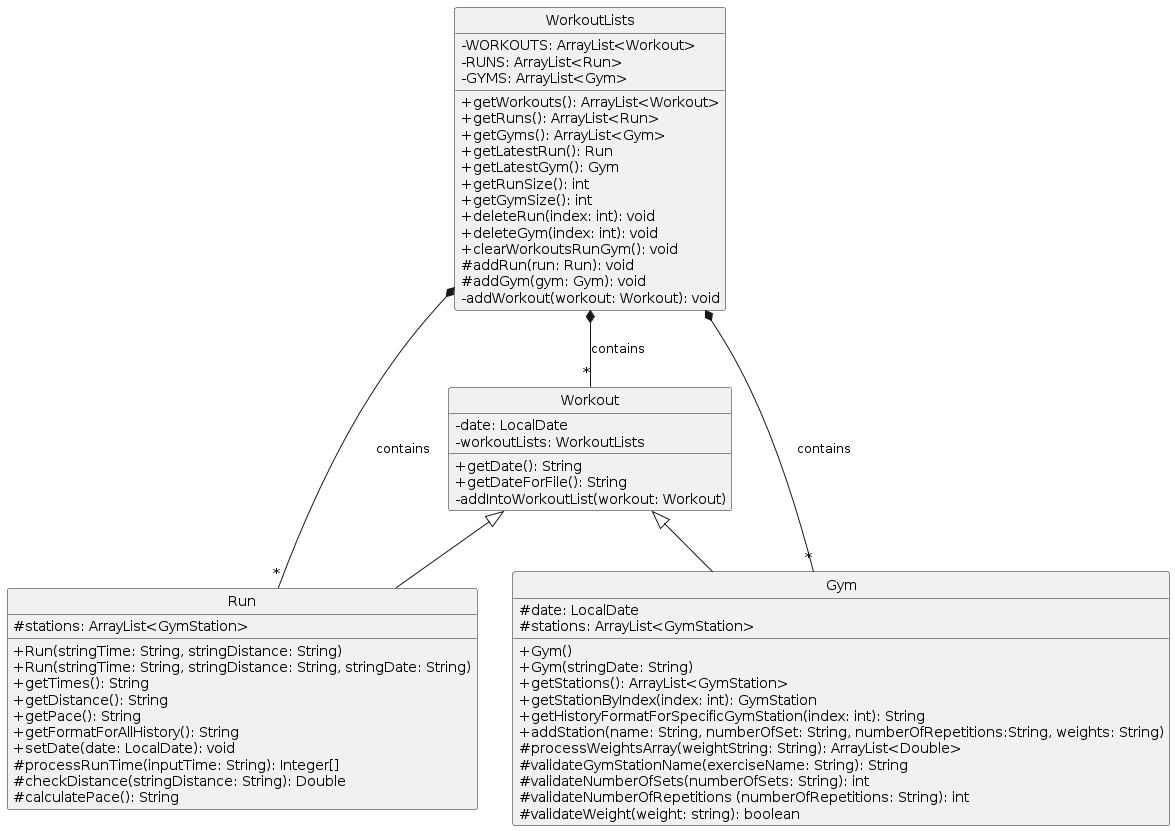
Before: docs/img/class_diagrams/workoutlist_class_diagram.png, a diagram exported from PlantUML (rouvinerh/tp).
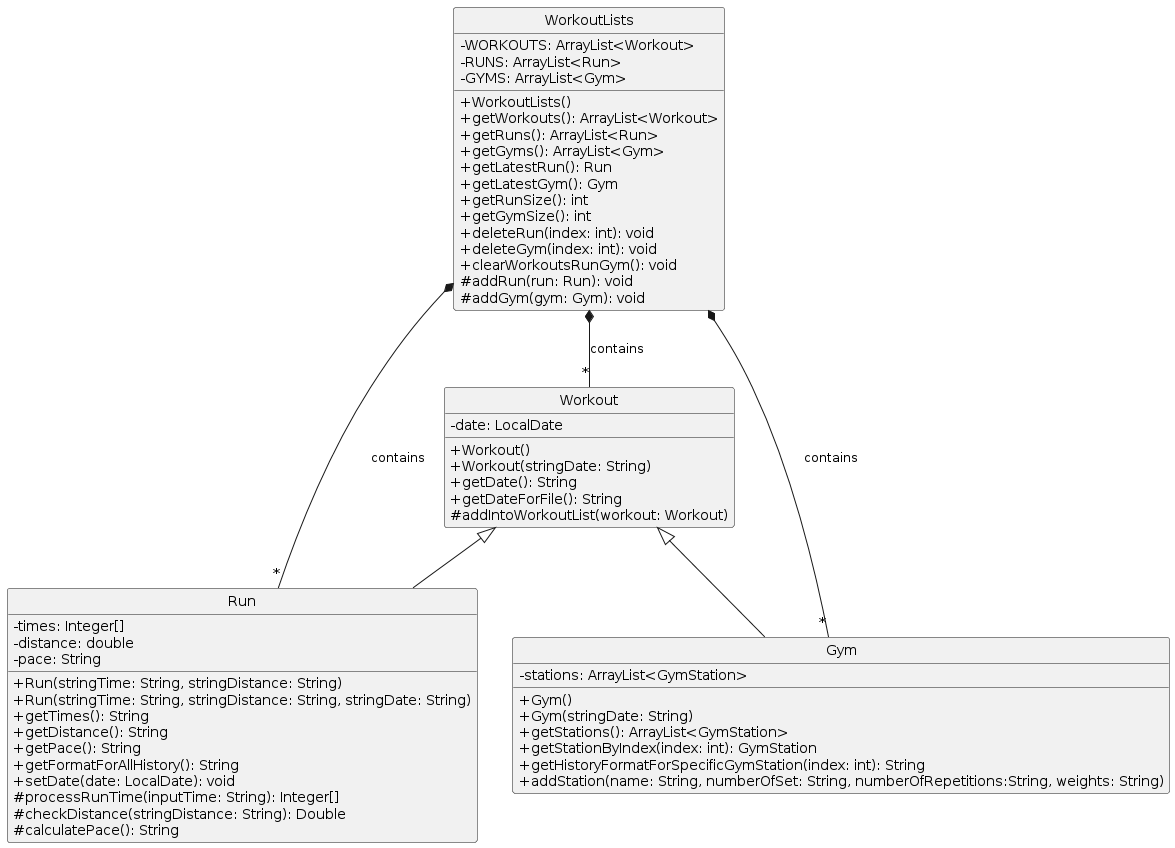
Above is the later version.

The edit, as a diff of the source:
```diff
@@ -9,6 +9,7 @@
     - RUNS: ArrayList<Run>
     - GYMS: ArrayList<Gym>
 
+    + WorkoutLists()
     + getWorkouts(): ArrayList<Workout>
     + getRuns(): ArrayList<Run>
     + getGyms(): ArrayList<Gym>
@@ -21,20 +22,22 @@
     + clearWorkoutsRunGym(): void
     # addRun(run: Run): void
     # addGym(gym: Gym): void
-    - addWorkout(workout: Workout): void
 }
 
 class Workout  {
     - date: LocalDate
-    - workoutLists: WorkoutLists
 
+    + Workout()
+    + Workout(stringDate: String)
     + getDate(): String
     + getDateForFile(): String
-    - addIntoWorkoutList(workout: Workout)
+    # addIntoWorkoutList(workout: Workout)
 }
 
 class Run extends Workout {
-    # stations: ArrayList<GymStation>
+    - times: Integer[]
+    - distance: double
+    - pace: String
 
     + Run(stringTime: String, stringDistance: String)
     + Run(stringTime: String, stringDistance: String, stringDate: String)
@@ -49,8 +52,7 @@
 }
 
 class Gym extends Workout {
-    # date: LocalDate
-    # stations: ArrayList<GymStation>
+    - stations: ArrayList<GymStation>
 
     + Gym()
     + Gym(stringDate: String)
@@ -58,11 +60,6 @@
     + getStationByIndex(index: int): GymStation
     + getHistoryFormatForSpecificGymStation(index: int): String
     + addStation(name: String, numberOfSet: String, numberOfRepetitions:String, weights: String)
-    # processWeightsArray(weightString: String): ArrayList<Double>
-    # validateGymStationName(exerciseName: String): String
-    # validateNumberOfSets(numberOfSets: String): int
-    # validateNumberOfRepetitions (numberOfRepetitions: String): int
-    # validateWeight(weight: string): boolean
 }
 
 
```
